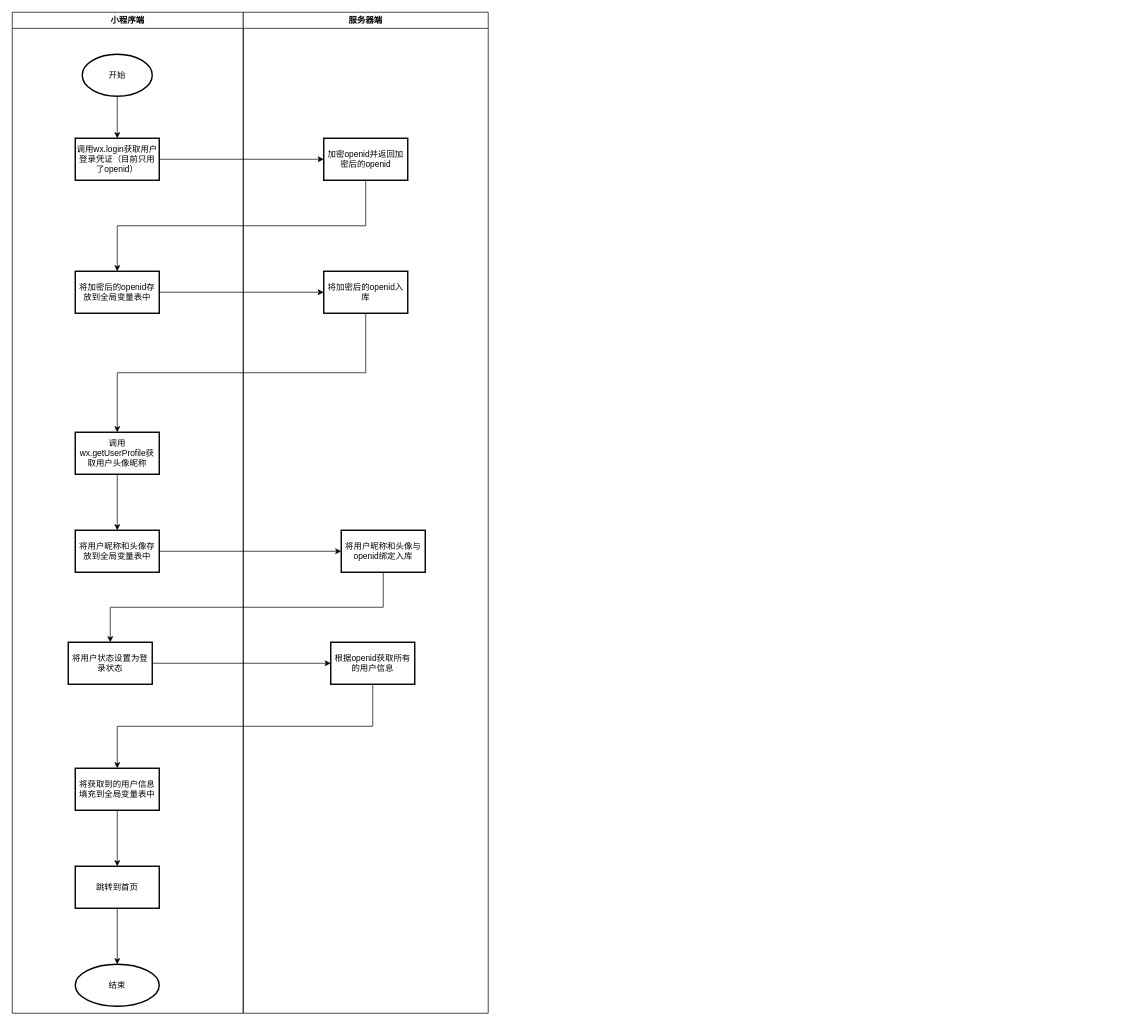
Before: tietie/frontpage.drawio in Zhou-Ru-Xuan/drawio-workplace, a draw.io diagram. Source tidied: cells renumbered, new cells numbered last; positions are measured from the earlier drawing's top-left corner, leaving out a move shared by most shapes. Both pictures are drawn from the tidied source at 70%, with x=0, y=0 at pixel (12, 12).
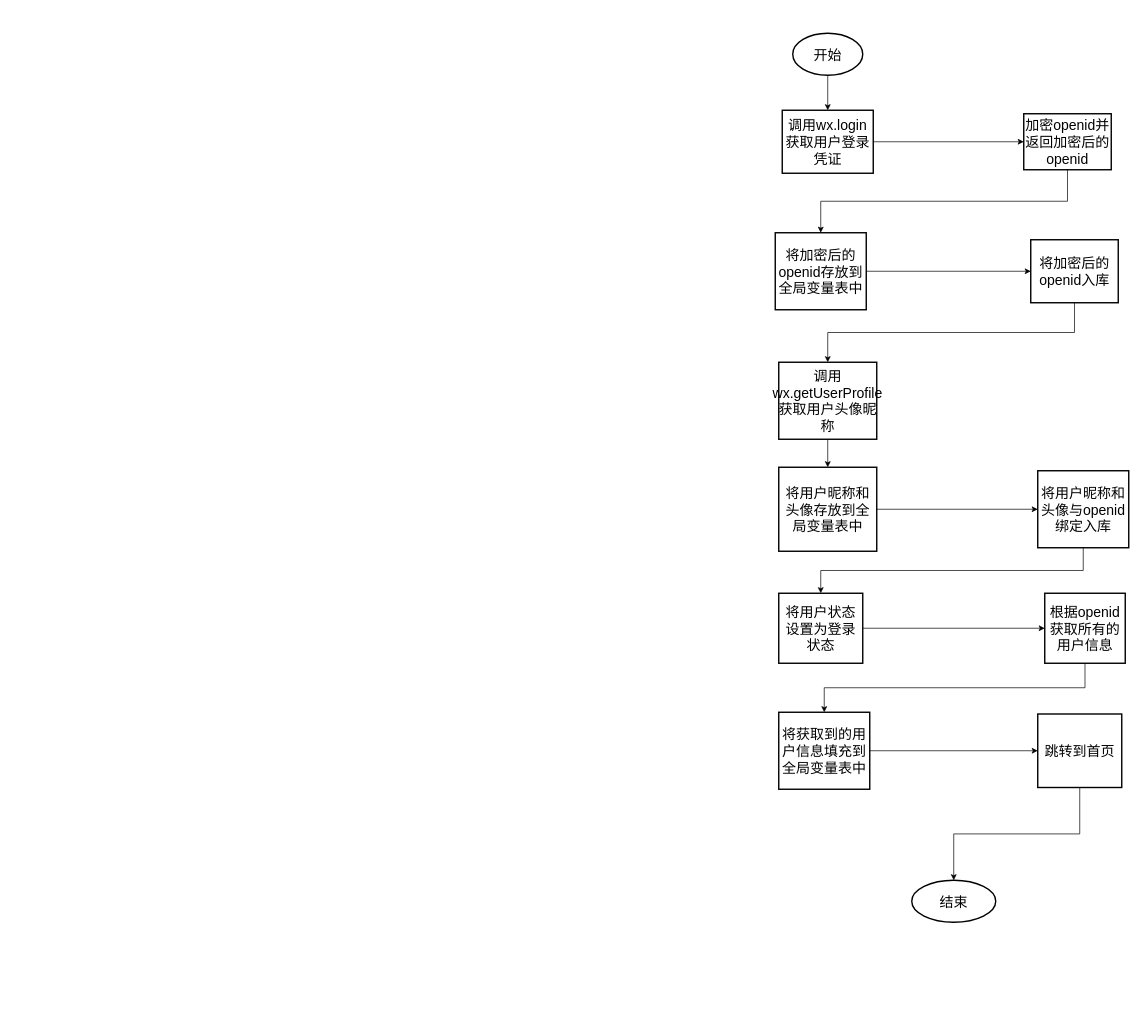
The same diagram, later.

Diff of the diagram source:
```diff
@@
-    <mxCell id="2" value="小程序端" style="swimlane;" parent="1" vertex="1">
-      <mxGeometry width="330" height="1430" as="geometry" />
-    </mxCell>
-    <mxCell id="3" value="开始" style="strokeWidth=2;html=1;shape=mxgraph.flowchart.start_1;whiteSpace=wrap;" parent="2" vertex="1">
-      <mxGeometry x="100" y="60" width="100" height="60" as="geometry" />
+    <mxCell id="3" value="开始" style="strokeWidth=2;html=1;shape=mxgraph.flowchart.start_1;whiteSpace=wrap;fontFamily=宋体;fontSize=20;" parent="1" vertex="1">
+      <mxGeometry x="1115" y="30" width="100" height="60" as="geometry" />
     </mxCell>
-    <mxCell id="4" value="&lt;span&gt;调用wx.login获取用户登录凭证（目前只用了openid）&lt;/span&gt;" style="whiteSpace=wrap;html=1;strokeWidth=2;" parent="2" vertex="1">
-      <mxGeometry x="90" y="180" width="120" height="60" as="geometry" />
+    <mxCell id="4" value="&lt;span style=&quot;font-size: 20px&quot;&gt;调用wx.login获取用户登录凭证&lt;/span&gt;" style="whiteSpace=wrap;html=1;strokeWidth=2;fontFamily=宋体;fontSize=20;" parent="1" vertex="1">
+      <mxGeometry x="1100" y="140" width="130" height="90" as="geometry" />
     </mxCell>
-    <mxCell id="5" style="edgeStyle=orthogonalEdgeStyle;rounded=0;jettySize=auto;html=1;" parent="2" edge="1" source="3">
-      <mxGeometry relative="1" as="geometry">
-        <mxPoint x="150" y="180" as="targetPoint" />
-      </mxGeometry>
+    <mxCell id="5" style="edgeStyle=orthogonalEdgeStyle;rounded=0;jettySize=auto;html=1;fontFamily=宋体;fontSize=20;entryX=0.5;entryY=0;entryDx=0;entryDy=0;" parent="1" edge="1" source="3" target="4">
+      <mxGeometry relative="1" as="geometry" />
     </mxCell>
-    <mxCell id="6" value="将加密后的openid存放到全局变量表中" style="whiteSpace=wrap;html=1;strokeWidth=2;" parent="2" vertex="1">
-      <mxGeometry x="90" y="370" width="120" height="60" as="geometry" />
+    <mxCell id="6" value="将加密后的openid存放到全局变量表中" style="whiteSpace=wrap;html=1;strokeWidth=2;fontFamily=宋体;fontSize=20;" parent="1" vertex="1">
+      <mxGeometry x="1090" y="315" width="130" height="110" as="geometry" />
     </mxCell>
-    <mxCell id="7" value="&lt;span&gt;调用wx.getUserProfile获取用户头像昵称&lt;/span&gt;" style="whiteSpace=wrap;html=1;strokeWidth=2;" parent="2" vertex="1">
-      <mxGeometry x="90" y="600" width="120" height="60" as="geometry" />
+    <mxCell id="7" value="&lt;span style=&quot;font-size: 20px;&quot;&gt;调用wx.getUserProfile获取用户头像昵称&lt;/span&gt;" style="whiteSpace=wrap;html=1;strokeWidth=2;fontFamily=宋体;fontSize=20;" parent="1" vertex="1">
+      <mxGeometry x="1095" y="500" width="140" height="110" as="geometry" />
     </mxCell>
-    <mxCell id="8" value="将用户昵称和头像存放到全局变量表中" style="whiteSpace=wrap;html=1;strokeWidth=2;" parent="2" vertex="1">
-      <mxGeometry x="90" y="740" width="120" height="60" as="geometry" />
+    <mxCell id="8" value="将用户昵称和头像存放到全局变量表中" style="whiteSpace=wrap;html=1;strokeWidth=2;fontFamily=宋体;fontSize=20;" parent="1" vertex="1">
+      <mxGeometry x="1095" y="650" width="140" height="120" as="geometry" />
     </mxCell>
-    <mxCell id="9" style="edgeStyle=orthogonalEdgeStyle;rounded=0;jettySize=auto;html=1;" parent="2" edge="1" source="7" target="8">
+    <mxCell id="9" style="edgeStyle=orthogonalEdgeStyle;rounded=0;jettySize=auto;html=1;fontFamily=宋体;fontSize=20;" parent="1" edge="1" source="7" target="8">
       <mxGeometry relative="1" as="geometry" />
     </mxCell>
-    <mxCell id="10" value="将用户状态设置为登录状态" style="whiteSpace=wrap;html=1;strokeWidth=2;" parent="2" vertex="1">
-      <mxGeometry x="80" y="900" width="120" height="60" as="geometry" />
+    <mxCell id="10" value="将用户状态设置为登录状态" style="whiteSpace=wrap;html=1;strokeWidth=2;fontFamily=宋体;fontSize=20;" parent="1" vertex="1">
+      <mxGeometry x="1095" y="830" width="120" height="100" as="geometry" />
     </mxCell>
-    <mxCell id="11" value="将获取到的用户信息填充到全局变量表中" style="whiteSpace=wrap;html=1;strokeWidth=2;" parent="2" vertex="1">
-      <mxGeometry x="90" y="1080" width="120" height="60" as="geometry" />
+    <mxCell id="11" value="将获取到的用户信息填充到全局变量表中" style="whiteSpace=wrap;html=1;strokeWidth=2;fontFamily=宋体;fontSize=20;" parent="1" vertex="1">
+      <mxGeometry x="1095" y="1000" width="130" height="110" as="geometry" />
     </mxCell>
-    <mxCell id="12" value="跳转到首页" style="whiteSpace=wrap;html=1;strokeWidth=2;" parent="2" vertex="1">
-      <mxGeometry x="90" y="1220" width="120" height="60" as="geometry" />
+    <mxCell id="12" value="跳转到首页" style="whiteSpace=wrap;html=1;strokeWidth=2;fontFamily=宋体;fontSize=20;" parent="1" vertex="1">
+      <mxGeometry x="1465" y="1002.5" width="120" height="105" as="geometry" />
     </mxCell>
-    <mxCell id="13" style="edgeStyle=orthogonalEdgeStyle;rounded=0;jettySize=auto;html=1;" parent="2" edge="1" source="11" target="12">
+    <mxCell id="13" style="edgeStyle=orthogonalEdgeStyle;rounded=0;jettySize=auto;html=1;fontFamily=宋体;fontSize=20;" parent="1" edge="1" source="11" target="12">
       <mxGeometry relative="1" as="geometry" />
     </mxCell>
-    <mxCell id="14" value="结束" style="ellipse;whiteSpace=wrap;html=1;strokeWidth=2;" parent="2" vertex="1">
-      <mxGeometry x="90" y="1360" width="120" height="60" as="geometry" />
+    <mxCell id="14" value="结束" style="ellipse;whiteSpace=wrap;html=1;strokeWidth=2;fontFamily=宋体;fontSize=20;" parent="1" vertex="1">
+      <mxGeometry x="1285" y="1240" width="120" height="60" as="geometry" />
     </mxCell>
-    <mxCell id="15" style="edgeStyle=orthogonalEdgeStyle;rounded=0;jettySize=auto;html=1;" parent="2" edge="1" source="12" target="14">
+    <mxCell id="15" style="edgeStyle=orthogonalEdgeStyle;rounded=0;jettySize=auto;html=1;fontFamily=宋体;fontSize=20;exitX=0.5;exitY=1;exitDx=0;exitDy=0;" parent="1" edge="1" source="12" target="14">
       <mxGeometry relative="1" as="geometry" />
     </mxCell>
-    <mxCell id="16" value="服务器端" style="swimlane;" parent="1" vertex="1">
-      <mxGeometry x="330" width="350" height="1430" as="geometry" />
-    </mxCell>
-    <mxCell id="17" value="将用户昵称和头像与openid绑定入库" style="whiteSpace=wrap;html=1;strokeWidth=2;" parent="16" vertex="1">
-      <mxGeometry x="140" y="740" width="120" height="60" as="geometry" />
+    <mxCell id="17" value="将用户昵称和头像与openid绑定入库" style="whiteSpace=wrap;html=1;strokeWidth=2;fontFamily=宋体;fontSize=20;" parent="1" vertex="1">
+      <mxGeometry x="1465" y="655" width="130" height="110" as="geometry" />
     </mxCell>
-    <mxCell id="18" value="根据openid获取所有的用户信息" style="whiteSpace=wrap;html=1;strokeWidth=2;" parent="16" vertex="1">
-      <mxGeometry x="125" y="900" width="120" height="60" as="geometry" />
+    <mxCell id="18" value="根据openid获取所有的用户信息" style="whiteSpace=wrap;html=1;strokeWidth=2;fontFamily=宋体;fontSize=20;" parent="1" vertex="1">
+      <mxGeometry x="1475" y="830" width="115" height="100" as="geometry" />
     </mxCell>
-    <mxCell id="19" value="加密openid并返回加密后的openid" style="whiteSpace=wrap;html=1;strokeWidth=2;" parent="16" vertex="1">
-      <mxGeometry x="115" y="180" width="120" height="60" as="geometry" />
+    <mxCell id="19" value="加密openid并返回加密后的openid" style="whiteSpace=wrap;html=1;strokeWidth=2;fontFamily=宋体;fontSize=20;" parent="1" vertex="1">
+      <mxGeometry x="1445" y="145" width="125" height="80" as="geometry" />
     </mxCell>
-    <mxCell id="20" value="将加密后的openid入库" style="whiteSpace=wrap;html=1;strokeWidth=2;" parent="16" vertex="1">
-      <mxGeometry x="115" y="370" width="120" height="60" as="geometry" />
+    <mxCell id="20" value="将加密后的openid入库" style="whiteSpace=wrap;html=1;strokeWidth=2;fontFamily=宋体;fontSize=20;" parent="1" vertex="1">
+      <mxGeometry x="1455" y="325" width="125" height="90" as="geometry" />
     </mxCell>
-    <mxCell id="21" style="edgeStyle=orthogonalEdgeStyle;rounded=0;jettySize=auto;html=1;exitX=0.5;exitY=1;exitDx=0;exitDy=0;entryX=0.5;entryY=0;entryDx=0;entryDy=0;" parent="1" edge="1" source="19" target="6">
+    <mxCell id="21" style="edgeStyle=orthogonalEdgeStyle;rounded=0;jettySize=auto;html=1;exitX=0.5;exitY=1;exitDx=0;exitDy=0;entryX=0.5;entryY=0;entryDx=0;entryDy=0;fontFamily=宋体;fontSize=20;" parent="1" edge="1" source="19" target="6">
       <mxGeometry relative="1" as="geometry" />
     </mxCell>
-    <mxCell id="22" style="edgeStyle=orthogonalEdgeStyle;rounded=0;jettySize=auto;html=1;" parent="1" edge="1" source="4" target="19">
+    <mxCell id="22" style="edgeStyle=orthogonalEdgeStyle;rounded=0;jettySize=auto;html=1;fontFamily=宋体;fontSize=20;" parent="1" edge="1" source="4" target="19">
       <mxGeometry relative="1" as="geometry" />
     </mxCell>
-    <mxCell id="23" style="edgeStyle=orthogonalEdgeStyle;rounded=0;jettySize=auto;html=1;" parent="1" edge="1" source="6" target="20">
+    <mxCell id="23" style="edgeStyle=orthogonalEdgeStyle;rounded=0;jettySize=auto;html=1;fontFamily=宋体;fontSize=20;" parent="1" edge="1" source="6" target="20">
       <mxGeometry relative="1" as="geometry" />
     </mxCell>
-    <mxCell id="24" style="edgeStyle=orthogonalEdgeStyle;rounded=0;jettySize=auto;html=1;exitX=0.5;exitY=1;exitDx=0;exitDy=0;" parent="1" edge="1" source="20" target="7">
+    <mxCell id="24" style="edgeStyle=orthogonalEdgeStyle;rounded=0;jettySize=auto;html=1;exitX=0.5;exitY=1;exitDx=0;exitDy=0;fontFamily=宋体;fontSize=20;" parent="1" edge="1" source="20" target="7">
       <mxGeometry relative="1" as="geometry" />
     </mxCell>
-    <mxCell id="25" style="edgeStyle=orthogonalEdgeStyle;rounded=0;jettySize=auto;html=1;entryX=0;entryY=0.5;entryDx=0;entryDy=0;" parent="1" edge="1" source="8" target="17">
+    <mxCell id="25" style="edgeStyle=orthogonalEdgeStyle;rounded=0;jettySize=auto;html=1;entryX=0;entryY=0.5;entryDx=0;entryDy=0;fontFamily=宋体;fontSize=20;" parent="1" edge="1" source="8" target="17">
       <mxGeometry relative="1" as="geometry" />
     </mxCell>
-    <mxCell id="26" style="edgeStyle=orthogonalEdgeStyle;rounded=0;jettySize=auto;html=1;exitX=0.5;exitY=1;exitDx=0;exitDy=0;entryX=0.5;entryY=0;entryDx=0;entryDy=0;" parent="1" edge="1" source="17" target="10">
+    <mxCell id="26" style="edgeStyle=orthogonalEdgeStyle;rounded=0;jettySize=auto;html=1;exitX=0.5;exitY=1;exitDx=0;exitDy=0;entryX=0.5;entryY=0;entryDx=0;entryDy=0;fontFamily=宋体;fontSize=20;" parent="1" edge="1" source="17" target="10">
       <mxGeometry relative="1" as="geometry" />
     </mxCell>
-    <mxCell id="27" style="edgeStyle=orthogonalEdgeStyle;rounded=0;jettySize=auto;html=1;" parent="1" edge="1" source="10" target="18">
+    <mxCell id="27" style="edgeStyle=orthogonalEdgeStyle;rounded=0;jettySize=auto;html=1;fontFamily=宋体;fontSize=20;" parent="1" edge="1" source="10" target="18">
       <mxGeometry relative="1" as="geometry" />
     </mxCell>
-    <mxCell id="28" style="edgeStyle=orthogonalEdgeStyle;rounded=0;jettySize=auto;html=1;exitX=0.5;exitY=1;exitDx=0;exitDy=0;entryX=0.5;entryY=0;entryDx=0;entryDy=0;" parent="1" edge="1" source="18" target="11">
+    <mxCell id="28" style="edgeStyle=orthogonalEdgeStyle;rounded=0;jettySize=auto;html=1;exitX=0.5;exitY=1;exitDx=0;exitDy=0;entryX=0.5;entryY=0;entryDx=0;entryDy=0;fontFamily=宋体;fontSize=20;" parent="1" edge="1" source="18" target="11">
       <mxGeometry relative="1" as="geometry" />
     </mxCell>
```
